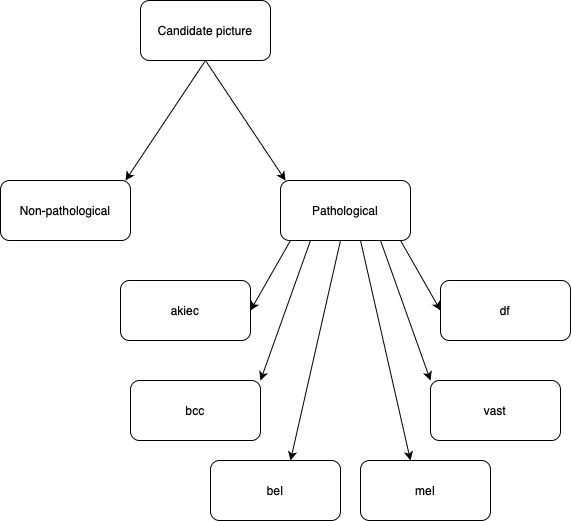
Above: dermatology/images/flowchart.png in zigg17/binary_classification (draw.io), before the change. Source tidied: cells renumbered, new cells last; positions are measured from the earlier drawing's top-left corner, leaving out a move shared by most shapes.
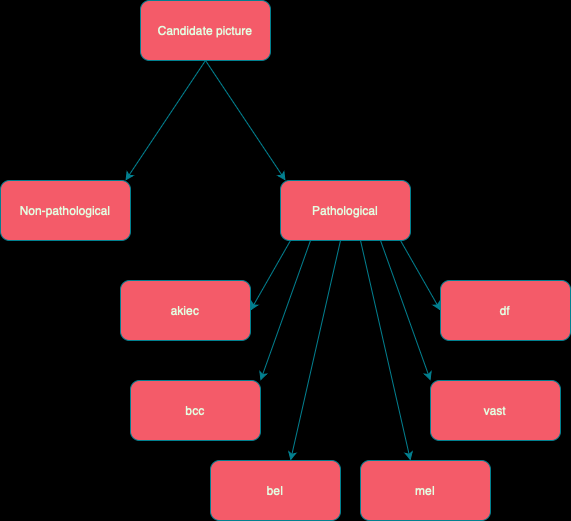
After the commit.

Diff of the diagram source:
```diff
@@ -1,80 +1,80 @@
-<mxGraphModel>
+<mxGraphModel background="#000000">
   <root>
     <mxCell id="0" />
     <mxCell id="1" parent="0" />
-    <mxCell id="2" value="Candidate picture" style="rounded=1;whiteSpace=wrap;html=1;" parent="1" vertex="1">
+    <mxCell id="2" value="Candidate picture" style="rounded=1;whiteSpace=wrap;html=1;labelBackgroundColor=none;fillColor=#F45B69;strokeColor=#028090;fontColor=#E4FDE1;" parent="1" vertex="1">
       <mxGeometry x="140" width="130" height="60" as="geometry" />
     </mxCell>
-    <mxCell id="3" style="endArrow=classic;html=1;rounded=0;" parent="1" edge="1">
+    <mxCell id="3" style="endArrow=classic;html=1;rounded=0;labelBackgroundColor=none;fontColor=default;strokeColor=#028090;" parent="1" edge="1">
       <mxGeometry relative="1" as="geometry">
         <mxPoint x="205" y="60" as="sourcePoint" />
         <mxPoint x="125" y="180" as="targetPoint" />
       </mxGeometry>
     </mxCell>
-    <mxCell id="4" style="endArrow=classic;html=1;rounded=0;" parent="1" edge="1">
+    <mxCell id="4" style="endArrow=classic;html=1;rounded=0;labelBackgroundColor=none;fontColor=default;strokeColor=#028090;" parent="1" edge="1">
       <mxGeometry relative="1" as="geometry">
         <mxPoint x="205" y="60" as="sourcePoint" />
         <mxPoint x="285" y="180" as="targetPoint" />
       </mxGeometry>
     </mxCell>
-    <mxCell id="5" value="Non-pathological" style="rounded=1;whiteSpace=wrap;html=1;" parent="1" vertex="1">
+    <mxCell id="5" value="Non-pathological" style="rounded=1;whiteSpace=wrap;html=1;labelBackgroundColor=none;fillColor=#F45B69;strokeColor=#028090;fontColor=#E4FDE1;" parent="1" vertex="1">
       <mxGeometry y="180" width="130" height="60" as="geometry" />
     </mxCell>
-    <mxCell id="6" value="Pathological" style="rounded=1;whiteSpace=wrap;html=1;" parent="1" vertex="1">
+    <mxCell id="6" value="Pathological" style="rounded=1;whiteSpace=wrap;html=1;labelBackgroundColor=none;fillColor=#F45B69;strokeColor=#028090;fontColor=#E4FDE1;" parent="1" vertex="1">
       <mxGeometry x="280" y="180" width="130" height="60" as="geometry" />
     </mxCell>
-    <mxCell id="7" style="endArrow=classic;html=1;rounded=0;" parent="1" edge="1">
+    <mxCell id="7" style="endArrow=classic;html=1;rounded=0;labelBackgroundColor=none;fontColor=default;strokeColor=#028090;" parent="1" edge="1">
       <mxGeometry relative="1" as="geometry">
         <mxPoint x="290" y="240" as="sourcePoint" />
         <mxPoint x="250" y="310" as="targetPoint" />
       </mxGeometry>
     </mxCell>
-    <mxCell id="8" style="endArrow=classic;html=1;rounded=0;" parent="1" edge="1">
+    <mxCell id="8" style="endArrow=classic;html=1;rounded=0;labelBackgroundColor=none;fontColor=default;strokeColor=#028090;" parent="1" edge="1">
       <mxGeometry relative="1" as="geometry">
         <mxPoint x="310" y="240" as="sourcePoint" />
         <mxPoint x="260" y="380" as="targetPoint" />
       </mxGeometry>
     </mxCell>
-    <mxCell id="9" style="endArrow=classic;html=1;rounded=0;" parent="1" edge="1">
+    <mxCell id="9" style="endArrow=classic;html=1;rounded=0;labelBackgroundColor=none;fontColor=default;strokeColor=#028090;" parent="1" edge="1">
       <mxGeometry relative="1" as="geometry">
         <mxPoint x="340" y="240" as="sourcePoint" />
         <mxPoint x="290" y="460" as="targetPoint" />
       </mxGeometry>
     </mxCell>
-    <mxCell id="10" style="endArrow=classic;html=1;rounded=0;" parent="1" edge="1">
+    <mxCell id="10" style="endArrow=classic;html=1;rounded=0;labelBackgroundColor=none;fontColor=default;strokeColor=#028090;" parent="1" edge="1">
       <mxGeometry relative="1" as="geometry">
         <mxPoint x="360" y="240" as="sourcePoint" />
         <mxPoint x="410" y="460" as="targetPoint" />
       </mxGeometry>
     </mxCell>
-    <mxCell id="11" style="endArrow=classic;html=1;rounded=0;" parent="1" edge="1">
+    <mxCell id="11" style="endArrow=classic;html=1;rounded=0;labelBackgroundColor=none;fontColor=default;strokeColor=#028090;" parent="1" edge="1">
       <mxGeometry relative="1" as="geometry">
         <mxPoint x="380" y="240" as="sourcePoint" />
         <mxPoint x="430" y="380" as="targetPoint" />
       </mxGeometry>
     </mxCell>
-    <mxCell id="12" style="endArrow=classic;html=1;rounded=0;" parent="1" edge="1">
+    <mxCell id="12" style="endArrow=classic;html=1;rounded=0;labelBackgroundColor=none;fontColor=default;strokeColor=#028090;" parent="1" edge="1">
       <mxGeometry relative="1" as="geometry">
         <mxPoint x="400" y="240" as="sourcePoint" />
         <mxPoint x="440" y="310" as="targetPoint" />
       </mxGeometry>
     </mxCell>
-    <mxCell id="13" value="akiec" style="rounded=1;whiteSpace=wrap;html=1;" parent="1" vertex="1">
+    <mxCell id="13" value="akiec" style="rounded=1;whiteSpace=wrap;html=1;labelBackgroundColor=none;fillColor=#F45B69;strokeColor=#028090;fontColor=#E4FDE1;" parent="1" vertex="1">
       <mxGeometry x="120" y="280" width="130" height="60" as="geometry" />
     </mxCell>
-    <mxCell id="14" value="bcc" style="rounded=1;whiteSpace=wrap;html=1;" parent="1" vertex="1">
+    <mxCell id="14" value="bcc" style="rounded=1;whiteSpace=wrap;html=1;labelBackgroundColor=none;fillColor=#F45B69;strokeColor=#028090;fontColor=#E4FDE1;" parent="1" vertex="1">
       <mxGeometry x="130" y="380" width="130" height="60" as="geometry" />
     </mxCell>
-    <mxCell id="15" value="bel" style="rounded=1;whiteSpace=wrap;html=1;" parent="1" vertex="1">
+    <mxCell id="15" value="bel" style="rounded=1;whiteSpace=wrap;html=1;labelBackgroundColor=none;fillColor=#F45B69;strokeColor=#028090;fontColor=#E4FDE1;" parent="1" vertex="1">
       <mxGeometry x="210" y="460" width="130" height="60" as="geometry" />
     </mxCell>
-    <mxCell id="16" value="mel" style="rounded=1;whiteSpace=wrap;html=1;" parent="1" vertex="1">
+    <mxCell id="16" value="mel" style="rounded=1;whiteSpace=wrap;html=1;labelBackgroundColor=none;fillColor=#F45B69;strokeColor=#028090;fontColor=#E4FDE1;" parent="1" vertex="1">
       <mxGeometry x="360" y="460" width="130" height="60" as="geometry" />
     </mxCell>
-    <mxCell id="17" value="vast" style="rounded=1;whiteSpace=wrap;html=1;" parent="1" vertex="1">
+    <mxCell id="17" value="vast" style="rounded=1;whiteSpace=wrap;html=1;labelBackgroundColor=none;fillColor=#F45B69;strokeColor=#028090;fontColor=#E4FDE1;" parent="1" vertex="1">
       <mxGeometry x="430" y="380" width="130" height="60" as="geometry" />
     </mxCell>
-    <mxCell id="18" value="df" style="rounded=1;whiteSpace=wrap;html=1;" parent="1" vertex="1">
+    <mxCell id="18" value="df" style="rounded=1;whiteSpace=wrap;html=1;labelBackgroundColor=none;fillColor=#F45B69;strokeColor=#028090;fontColor=#E4FDE1;" parent="1" vertex="1">
       <mxGeometry x="440" y="280" width="130" height="60" as="geometry" />
     </mxCell>
   </root>
```
